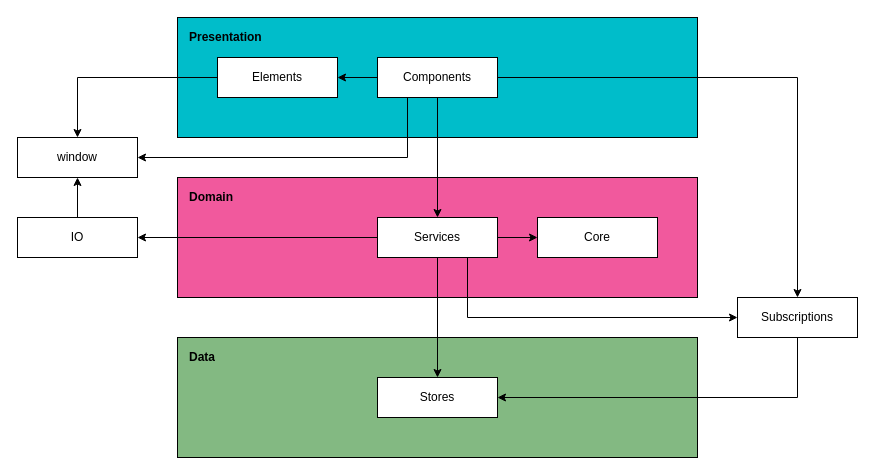
Earlier version of the draw.io diagram docs/architecture.drawio (mattriley/agile-avatars). Source tidied: cells renumbered, new cells numbered last; positions are measured from the earlier drawing's top-left corner, leaving out a move shared by most shapes. Both pictures are drawn from the tidied source at 100%, with x=0, y=0 at pixel (17, 17).
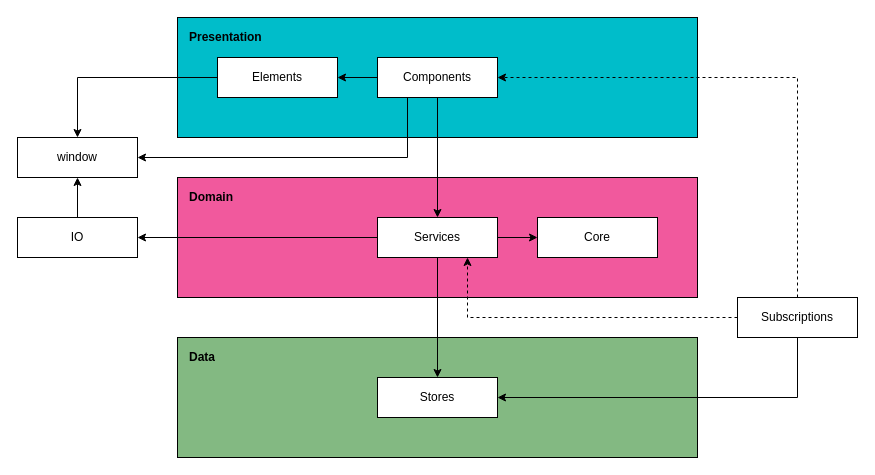
The same diagram, later.

Commit message (it also covers changes not shown here):
update architecture diagram

Unchanged cells that the change refers to:
```xml
<mxCell id="5" value="Services" style="rounded=0;whiteSpace=wrap;html=1;" parent="1" vertex="1">
  <mxGeometry x="360" y="200" width="120" height="40" as="geometry" />
</mxCell>
<mxCell id="7" value="Components" style="rounded=0;whiteSpace=wrap;html=1;" parent="1" vertex="1">
  <mxGeometry x="360" y="40" width="120" height="40" as="geometry" />
</mxCell>
<mxCell id="13" value="Subscriptions" style="rounded=0;whiteSpace=wrap;html=1;" parent="1" vertex="1">
  <mxGeometry x="720" y="280" width="120" height="40" as="geometry" />
</mxCell>
```

The edit, as a diff of the source:
```diff
@@
+    <mxCell id="27" style="edgeStyle=orthogonalEdgeStyle;rounded=0;jettySize=auto;html=1;exitX=0.5;exitY=0;exitDx=0;exitDy=0;entryX=1;entryY=0.5;entryDx=0;entryDy=0;dashed=1;" parent="1" edge="1" source="13" target="7">
+      <mxGeometry relative="1" as="geometry" />
+    </mxCell>
+    <mxCell id="28" style="edgeStyle=orthogonalEdgeStyle;rounded=0;jettySize=auto;html=1;exitX=0;exitY=0.5;exitDx=0;exitDy=0;entryX=0.75;entryY=1;entryDx=0;entryDy=0;dashed=1;" parent="1" edge="1" source="13" target="5">
+      <mxGeometry relative="1" as="geometry" />
+    </mxCell>
@@
-    <mxCell id="14" style="edgeStyle=orthogonalEdgeStyle;rounded=0;jettySize=auto;html=1;exitX=0.75;exitY=1;exitDx=0;exitDy=0;entryX=0;entryY=0.5;entryDx=0;entryDy=0;" parent="1" edge="1" source="5" target="13">
-      <mxGeometry relative="1" as="geometry" />
-    </mxCell>
-    <mxCell id="15" style="edgeStyle=orthogonalEdgeStyle;rounded=0;jettySize=auto;html=1;exitX=1;exitY=0.5;exitDx=0;exitDy=0;entryX=0.5;entryY=0;entryDx=0;entryDy=0;" parent="1" edge="1" source="7" target="13">
-      <mxGeometry relative="1" as="geometry" />
-    </mxCell>
```
